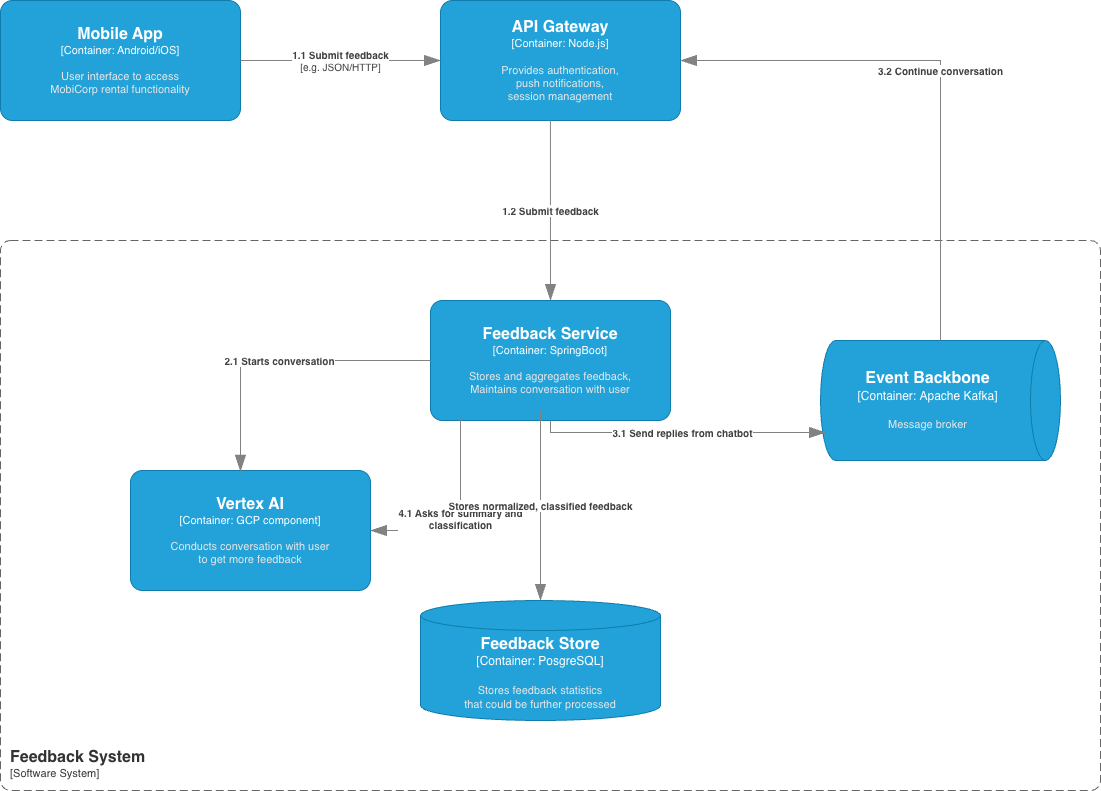
Above: hld/scenarios/feedback-analysis/Feedback Analysis.drawio.png in Oleggio/five-nines-arch-katas (draw.io), before the change. Source tidied: cells renumbered, new cells last; positions are measured from the earlier drawing's top-left corner, leaving out a move shared by most shapes. The source it was exported from:
```xml
<mxGraphModel>
  <root>
    <mxCell id="0" />
    <mxCell id="1" parent="0" />
    <object id="2" label="&lt;font style=&quot;font-size: 16px&quot;&gt;&lt;b&gt;%c4Name%&lt;/b&gt;&lt;/font&gt;&lt;div&gt;[%c4Type%: %c4Technology%]&lt;/div&gt;&lt;br&gt;&lt;div&gt;&lt;font style=&quot;font-size: 11px&quot;&gt;&lt;font color=&quot;#E6E6E6&quot;&gt;%c4Description%&lt;/font&gt;&lt;/div&gt;" c4Description="User interface to access&#10;MobiCorp rental functionality" c4Name="Mobile App" c4Technology="Android/iOS" c4Type="Container" placeholders="1">
      <mxCell style="rounded=1;whiteSpace=wrap;html=1;fontSize=11;labelBackgroundColor=none;fillColor=#23A2D9;fontColor=#ffffff;align=center;arcSize=10;strokeColor=#0E7DAD;points=[[0.25,0,0],[0.5,0,0],[0.75,0,0],[1,0.25,0],[1,0.5,0],[1,0.75,0],[0.75,1,0],[0.5,1,0],[0.25,1,0],[0,0.75,0],[0,0.5,0],[0,0.25,0]];" parent="1" vertex="1">
        <mxGeometry width="240" height="120" as="geometry" />
      </mxCell>
    </object>
    <object id="3" label="&lt;font style=&quot;font-size: 16px&quot;&gt;&lt;b&gt;%c4Name%&lt;/b&gt;&lt;/font&gt;&lt;div&gt;[%c4Type%: %c4Technology%]&lt;/div&gt;&lt;br&gt;&lt;div&gt;&lt;font style=&quot;font-size: 11px&quot;&gt;&lt;font color=&quot;#E6E6E6&quot;&gt;%c4Description%&lt;/font&gt;&lt;/div&gt;" c4Description="Provides authentication,&#10;push notifications,&#10;session management&#10;" c4Name="API Gateway" c4Technology="Node.js" c4Type="Container" placeholders="1">
      <mxCell style="rounded=1;whiteSpace=wrap;html=1;fontSize=11;labelBackgroundColor=none;fillColor=#23A2D9;fontColor=#ffffff;align=center;arcSize=10;strokeColor=#0E7DAD;points=[[0.25,0,0],[0.5,0,0],[0.75,0,0],[1,0.25,0],[1,0.5,0],[1,0.75,0],[0.75,1,0],[0.5,1,0],[0.25,1,0],[0,0.75,0],[0,0.5,0],[0,0.25,0]];" parent="1" vertex="1">
        <mxGeometry x="440" width="240" height="120" as="geometry" />
      </mxCell>
    </object>
    <object id="4" label="&lt;font style=&quot;font-size: 16px&quot;&gt;&lt;b&gt;&lt;div style=&quot;text-align: left&quot;&gt;%c4Name%&lt;/div&gt;&lt;/b&gt;&lt;/font&gt;&lt;div style=&quot;text-align: left&quot;&gt;[%c4Application%]&lt;/div&gt;" c4Application="Software System" c4Name="Feedback System" c4Type="SystemScopeBoundary" placeholders="1">
      <mxCell style="rounded=1;fontSize=11;whiteSpace=wrap;html=1;dashed=1;arcSize=20;fillColor=none;strokeColor=#666666;fontColor=#333333;labelBackgroundColor=none;align=left;verticalAlign=bottom;labelBorderColor=none;spacingTop=0;spacing=10;dashPattern=8 4;perimeter=rectanglePerimeter;noLabel=0;labelPadding=0;absoluteArcSize=1;" parent="1" vertex="1">
        <mxGeometry y="240" width="1100" height="550" as="geometry" />
      </mxCell>
    </object>
    <object id="5" label="&lt;font style=&quot;font-size: 16px&quot;&gt;&lt;b&gt;%c4Name%&lt;/b&gt;&lt;/font&gt;&lt;div&gt;[%c4Type%:&amp;nbsp;%c4Technology%]&lt;/div&gt;&lt;br&gt;&lt;div&gt;&lt;font style=&quot;font-size: 11px&quot;&gt;&lt;font color=&quot;#E6E6E6&quot;&gt;%c4Description%&lt;/font&gt;&lt;/div&gt;" c4Description="Message broker" c4Name="Event Backbone " c4Technology="Apache Kafka" c4Type="Container" placeholders="1">
      <mxCell style="shape=cylinder3;size=15;direction=south;whiteSpace=wrap;html=1;boundedLbl=1;rounded=0;labelBackgroundColor=none;fillColor=#23A2D9;fontSize=12;fontColor=#ffffff;align=center;strokeColor=#0E7DAD;points=[[0.5,0,0],[1,0.25,0],[1,0.5,0],[1,0.75,0],[0.5,1,0],[0,0.75,0],[0,0.5,0],[0,0.25,0]];" parent="1" vertex="1">
        <mxGeometry x="820" y="340" width="240" height="120" as="geometry" />
      </mxCell>
    </object>
    <object id="6" label="&lt;div style=&quot;text-align: left&quot;&gt;&lt;div style=&quot;text-align: center&quot;&gt;&lt;b&gt;%c4Description%&lt;/b&gt;&lt;/div&gt;&lt;div style=&quot;text-align: center&quot;&gt;[%c4Technology%]&lt;/div&gt;&lt;/div&gt;" c4Description="1.1 Submit feedback" c4Technology="e.g. JSON/HTTP" c4Type="Relationship" placeholders="1">
      <mxCell style="endArrow=blockThin;html=1;fontSize=10;fontColor=#404040;strokeWidth=1;endFill=1;strokeColor=#828282;elbow=vertical;endSize=14;startSize=14;jumpStyle=arc;jumpSize=16;rounded=0;edgeStyle=orthogonalEdgeStyle;exitX=1;exitY=0.5;exitDx=0;exitDy=0;exitPerimeter=0;entryX=0;entryY=0.5;entryDx=0;entryDy=0;entryPerimeter=0;" parent="1" edge="1" source="2" target="3">
        <mxGeometry relative="1" as="geometry" />
      </mxCell>
    </object>
    <object id="7" label="&lt;div style=&quot;text-align: left&quot;&gt;&lt;div style=&quot;text-align: center&quot;&gt;&lt;b&gt;%c4Description%&lt;/b&gt;&lt;/div&gt;" c4Description="1.2 Submit feedback&#10;" c4Type="Relationship" placeholders="1">
      <mxCell style="endArrow=blockThin;html=1;fontSize=10;fontColor=#404040;strokeWidth=1;endFill=1;strokeColor=#828282;elbow=vertical;endSize=14;startSize=14;jumpStyle=arc;jumpSize=16;rounded=0;edgeStyle=orthogonalEdgeStyle;exitX=0.458;exitY=1;exitDx=0;exitDy=0;exitPerimeter=0;entryX=0.5;entryY=0;entryDx=0;entryDy=0;entryPerimeter=0;" parent="1" edge="1" source="3" target="10">
        <mxGeometry relative="1" as="geometry" />
      </mxCell>
    </object>
    <object id="8" label="&lt;div style=&quot;text-align: left&quot;&gt;&lt;div style=&quot;text-align: center&quot;&gt;&lt;b&gt;%c4Description%&lt;/b&gt;&lt;/div&gt;" c4Description="3.2 Continue conversation" c4Type="Relationship" placeholders="1">
      <mxCell style="endArrow=blockThin;html=1;fontSize=10;fontColor=#404040;strokeWidth=1;endFill=1;strokeColor=#828282;elbow=vertical;endSize=14;startSize=14;jumpStyle=arc;jumpSize=16;rounded=0;edgeStyle=orthogonalEdgeStyle;exitX=0;exitY=0.5;exitDx=0;exitDy=0;exitPerimeter=0;entryX=1;entryY=0.5;entryDx=0;entryDy=0;entryPerimeter=0;" parent="1" edge="1" source="5" target="3">
        <mxGeometry relative="1" as="geometry" />
      </mxCell>
    </object>
    <object id="9" label="&lt;font style=&quot;font-size: 16px&quot;&gt;&lt;b&gt;%c4Name%&lt;/b&gt;&lt;/font&gt;&lt;div&gt;[%c4Type%: %c4Technology%]&lt;/div&gt;&lt;br&gt;&lt;div&gt;&lt;font style=&quot;font-size: 11px&quot;&gt;&lt;font color=&quot;#E6E6E6&quot;&gt;%c4Description%&lt;/font&gt;&lt;/div&gt;" c4Description="Conducts conversation with user&#10;to get more feedback" c4Name="Vertex AI" c4Technology="GCP component" c4Type="Container" placeholders="1">
      <mxCell style="rounded=1;whiteSpace=wrap;html=1;fontSize=11;labelBackgroundColor=none;fillColor=#23A2D9;fontColor=#ffffff;align=center;arcSize=10;strokeColor=#0E7DAD;points=[[0.25,0,0],[0.5,0,0],[0.75,0,0],[1,0.25,0],[1,0.5,0],[1,0.75,0],[0.75,1,0],[0.5,1,0],[0.25,1,0],[0,0.75,0],[0,0.5,0],[0,0.25,0]];" parent="1" vertex="1">
        <mxGeometry x="130" y="470" width="240" height="120" as="geometry" />
      </mxCell>
    </object>
    <object id="10" label="&lt;font style=&quot;font-size: 16px&quot;&gt;&lt;b&gt;%c4Name%&lt;/b&gt;&lt;/font&gt;&lt;div&gt;[%c4Type%: %c4Technology%]&lt;/div&gt;&lt;br&gt;&lt;div&gt;&lt;font style=&quot;font-size: 11px&quot;&gt;&lt;font color=&quot;#E6E6E6&quot;&gt;%c4Description%&lt;/font&gt;&lt;/div&gt;" c4Description="Stores and aggregates feedback,&#10;Maintains conversation with user" c4Name="Feedback Service" c4Technology="SpringBoot" c4Type="Container" placeholders="1">
      <mxCell style="rounded=1;whiteSpace=wrap;html=1;fontSize=11;labelBackgroundColor=none;fillColor=#23A2D9;fontColor=#ffffff;align=center;arcSize=10;strokeColor=#0E7DAD;points=[[0.25,0,0],[0.5,0,0],[0.75,0,0],[1,0.25,0],[1,0.5,0],[1,0.75,0],[0.75,1,0],[0.5,1,0],[0.25,1,0],[0,0.75,0],[0,0.5,0],[0,0.25,0]];" parent="1" vertex="1">
        <mxGeometry x="430" y="300" width="240" height="120" as="geometry" />
      </mxCell>
    </object>
    <object id="11" label="&lt;div style=&quot;text-align: left&quot;&gt;&lt;div style=&quot;text-align: center&quot;&gt;&lt;b&gt;%c4Description%&lt;/b&gt;&lt;/div&gt;" c4Description="2.1 Starts conversation" c4Type="Relationship" placeholders="1">
      <mxCell style="endArrow=blockThin;html=1;fontSize=10;fontColor=#404040;strokeWidth=1;endFill=1;strokeColor=#828282;elbow=vertical;endSize=14;startSize=14;jumpStyle=arc;jumpSize=16;rounded=0;edgeStyle=orthogonalEdgeStyle;entryX=0.458;entryY=0.008;entryDx=0;entryDy=0;entryPerimeter=0;exitX=0;exitY=0.5;exitDx=0;exitDy=0;exitPerimeter=0;" parent="1" edge="1" source="10" target="9">
        <mxGeometry relative="1" as="geometry" />
      </mxCell>
    </object>
    <object id="12" label="&lt;div style=&quot;text-align: left&quot;&gt;&lt;div style=&quot;text-align: center&quot;&gt;&lt;b&gt;%c4Description%&lt;/b&gt;&lt;/div&gt;" c4Description="3.1 Send replies from chatbot" c4Type="Relationship" placeholders="1">
      <mxCell style="endArrow=blockThin;html=1;fontSize=10;fontColor=#404040;strokeWidth=1;endFill=1;strokeColor=#828282;elbow=vertical;endSize=14;startSize=14;jumpStyle=arc;jumpSize=16;rounded=0;edgeStyle=orthogonalEdgeStyle;entryX=0.767;entryY=0.979;entryDx=0;entryDy=0;entryPerimeter=0;exitX=0.5;exitY=1;exitDx=0;exitDy=0;exitPerimeter=0;" parent="1" edge="1" source="10" target="5">
        <mxGeometry relative="1" as="geometry" />
      </mxCell>
    </object>
    <object id="13" label="&lt;div style=&quot;text-align: left&quot;&gt;&lt;div style=&quot;text-align: center&quot;&gt;&lt;b&gt;%c4Description%&lt;/b&gt;&lt;/div&gt;" c4Description="4.1 Asks for summary and&#10;classification" c4Type="Relationship" placeholders="1">
      <mxCell style="endArrow=blockThin;html=1;fontSize=10;fontColor=#404040;strokeWidth=1;endFill=1;strokeColor=#828282;elbow=vertical;endSize=14;startSize=14;jumpStyle=arc;jumpSize=16;rounded=0;edgeStyle=orthogonalEdgeStyle;entryX=1;entryY=0.5;entryDx=0;entryDy=0;entryPerimeter=0;" parent="1" edge="1" target="9">
        <mxGeometry relative="1" as="geometry">
          <mxPoint x="460" y="420" as="sourcePoint" />
          <Array as="points">
            <mxPoint x="460" y="418" />
            <mxPoint x="460" y="530" />
          </Array>
        </mxGeometry>
      </mxCell>
    </object>
    <object id="14" label="&lt;font style=&quot;font-size: 16px&quot;&gt;&lt;b&gt;%c4Name%&lt;/b&gt;&lt;/font&gt;&lt;div&gt;[%c4Type%:&amp;nbsp;%c4Technology%]&lt;/div&gt;&lt;br&gt;&lt;div&gt;&lt;font style=&quot;font-size: 11px&quot;&gt;&lt;font color=&quot;#E6E6E6&quot;&gt;%c4Description%&lt;/font&gt;&lt;/div&gt;" c4Description="Stores feedback statistics&#10;that could be further processed" c4Name="Feedback Store" c4Technology="PosgreSQL" c4Type="Container" placeholders="1">
      <mxCell style="shape=cylinder3;size=15;whiteSpace=wrap;html=1;boundedLbl=1;rounded=0;labelBackgroundColor=none;fillColor=#23A2D9;fontSize=12;fontColor=#ffffff;align=center;strokeColor=#0E7DAD;points=[[0.5,0,0],[1,0.25,0],[1,0.5,0],[1,0.75,0],[0.5,1,0],[0,0.75,0],[0,0.5,0],[0,0.25,0]];" parent="1" vertex="1">
        <mxGeometry x="420" y="600" width="240" height="120" as="geometry" />
      </mxCell>
    </object>
    <object id="15" label="&lt;div style=&quot;text-align: left&quot;&gt;&lt;div style=&quot;text-align: center&quot;&gt;&lt;b&gt;%c4Description%&lt;/b&gt;&lt;/div&gt;" c4Description="Stores normalized, classified feedback" c4Type="Relationship" placeholders="1">
      <mxCell style="endArrow=blockThin;html=1;fontSize=10;fontColor=#404040;strokeWidth=1;endFill=1;strokeColor=#828282;elbow=vertical;endSize=14;startSize=14;jumpStyle=arc;jumpSize=16;rounded=0;edgeStyle=orthogonalEdgeStyle;entryX=0.5;entryY=0;entryDx=0;entryDy=0;entryPerimeter=0;" parent="1" edge="1" target="14">
        <mxGeometry relative="1" as="geometry">
          <mxPoint x="540" y="410" as="sourcePoint" />
        </mxGeometry>
      </mxCell>
    </object>
  </root>
</mxGraphModel>
```
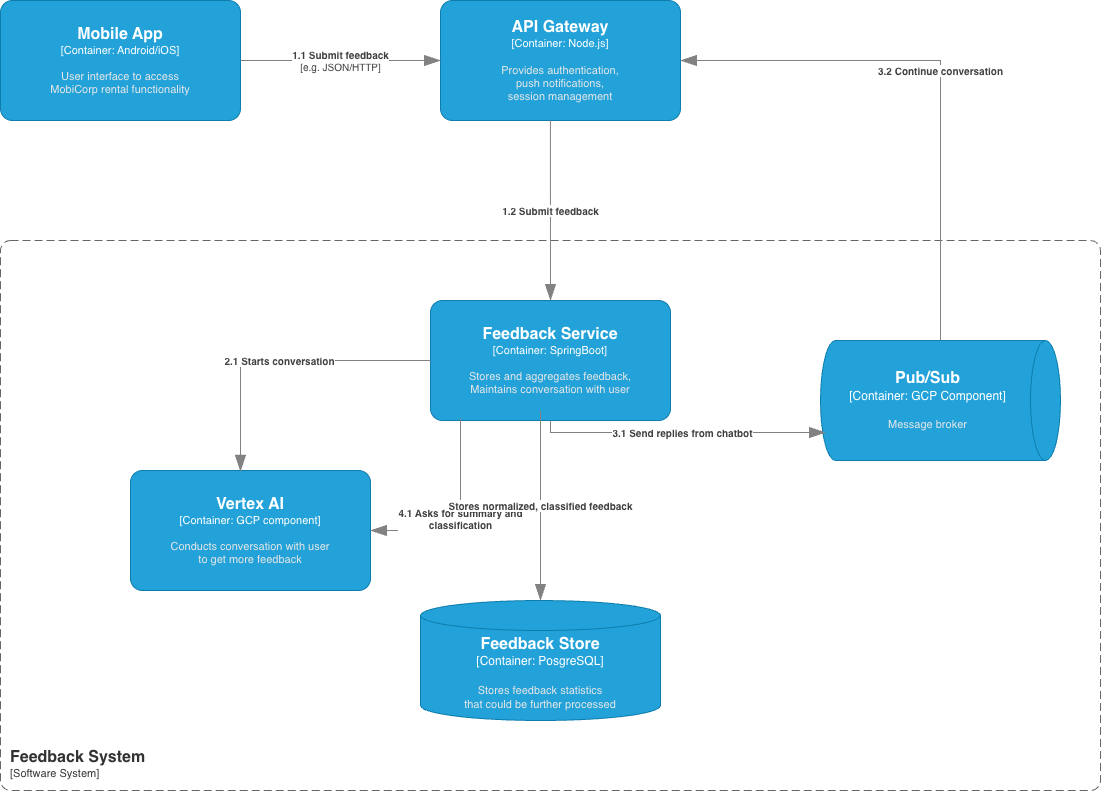
The same diagram one commit later.

Commit message:
Polish feedback analysis description and diagram

Change to the diagram source:
```diff
@@ -17,7 +17,7 @@
         <mxGeometry y="240" width="1100" height="550" as="geometry" />
       </mxCell>
     </object>
-    <object id="5" label="&lt;font style=&quot;font-size: 16px&quot;&gt;&lt;b&gt;%c4Name%&lt;/b&gt;&lt;/font&gt;&lt;div&gt;[%c4Type%:&amp;nbsp;%c4Technology%]&lt;/div&gt;&lt;br&gt;&lt;div&gt;&lt;font style=&quot;font-size: 11px&quot;&gt;&lt;font color=&quot;#E6E6E6&quot;&gt;%c4Description%&lt;/font&gt;&lt;/div&gt;" c4Description="Message broker" c4Name="Event Backbone " c4Technology="Apache Kafka" c4Type="Container" placeholders="1">
+    <object id="5" label="&lt;font style=&quot;font-size: 16px&quot;&gt;&lt;b&gt;%c4Name%&lt;/b&gt;&lt;/font&gt;&lt;div&gt;[%c4Type%:&amp;nbsp;%c4Technology%]&lt;/div&gt;&lt;br&gt;&lt;div&gt;&lt;font style=&quot;font-size: 11px&quot;&gt;&lt;font color=&quot;#E6E6E6&quot;&gt;%c4Description%&lt;/font&gt;&lt;/div&gt;" c4Description="Message broker" c4Name="Pub/Sub" c4Technology="GCP Component" c4Type="Container" placeholders="1">
       <mxCell style="shape=cylinder3;size=15;direction=south;whiteSpace=wrap;html=1;boundedLbl=1;rounded=0;labelBackgroundColor=none;fillColor=#23A2D9;fontSize=12;fontColor=#ffffff;align=center;strokeColor=#0E7DAD;points=[[0.5,0,0],[1,0.25,0],[1,0.5,0],[1,0.75,0],[0.5,1,0],[0,0.75,0],[0,0.5,0],[0,0.25,0]];" parent="1" vertex="1">
         <mxGeometry x="820" y="340" width="240" height="120" as="geometry" />
       </mxCell>
```
